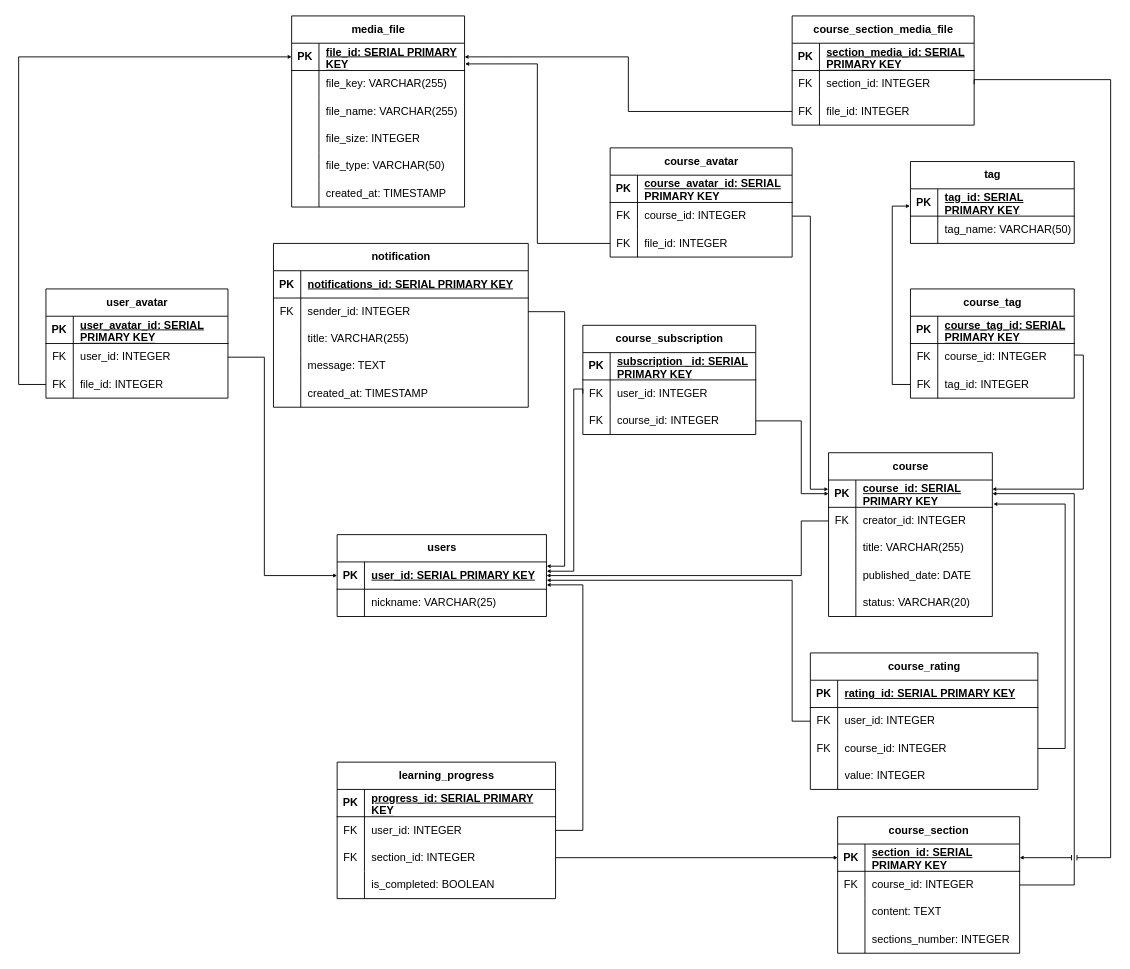
Above: diagrams/Физическая модель базы данных (Physical database model)/Физическая модель БД.drawio in sahland/9.5-Team (draw.io), before the change. Source tidied: cells renumbered, new cells numbered last; positions are measured from the earlier drawing's top-left corner, leaving out a move shared by most shapes. Both pictures are drawn from the tidied source at 91%, with x=0, y=0 at pixel (18, 15).
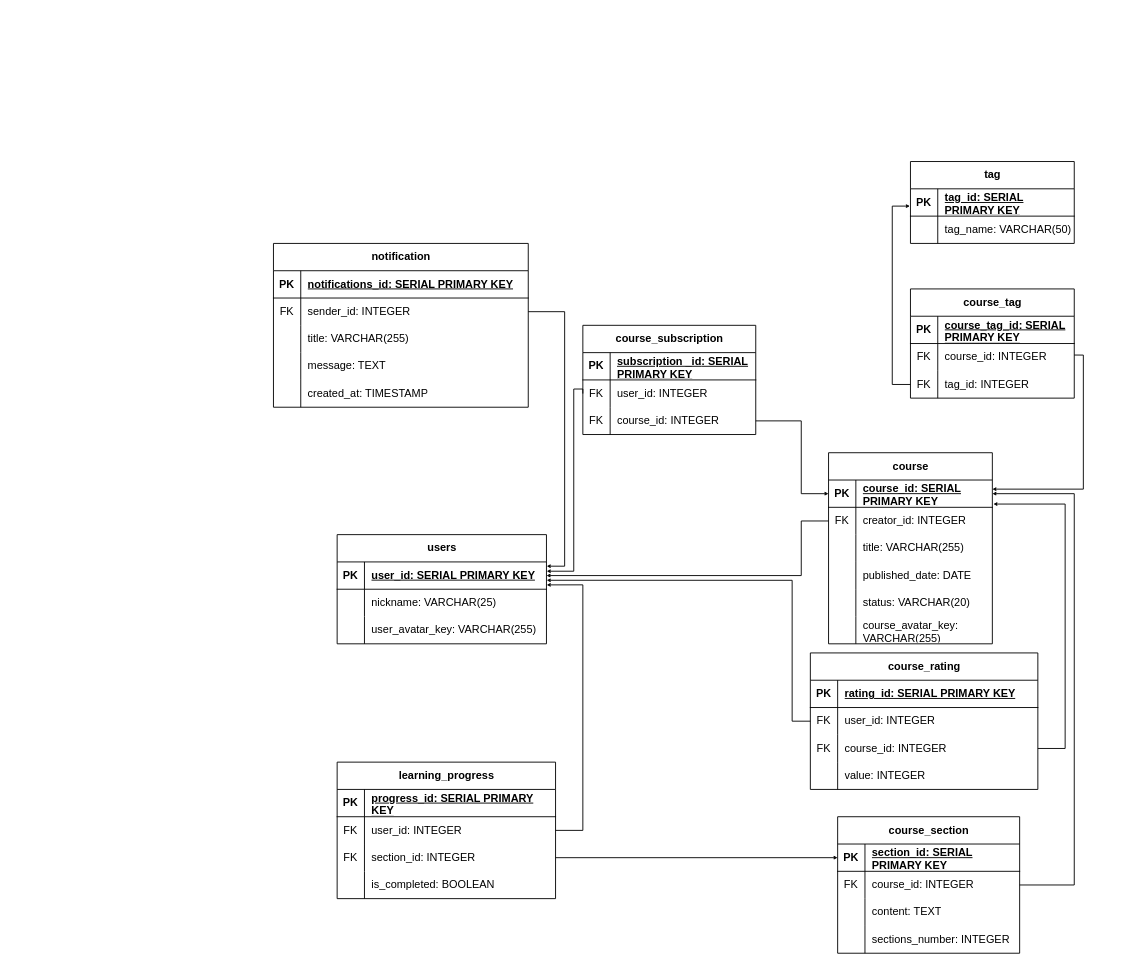
Above is the later version.

Unchanged cells that the change refers to:
```xml
<mxCell id="3" style="shape=tableRow;horizontal=0;startSize=0;swimlaneHead=0;swimlaneBody=0;fillColor=none;points=[[0,0.5],[1,0.5]];portConstraint=eastwest;top=0;left=0;right=0;bottom=1;" parent="2" vertex="1">
  <mxGeometry y="30" width="230" height="30" as="geometry" />
</mxCell>
<mxCell id="10" style="shape=tableRow;horizontal=0;startSize=0;swimlaneHead=0;swimlaneBody=0;fillColor=none;points=[[0,0.5],[1,0.5]];portConstraint=eastwest;top=0;left=0;right=0;bottom=1;" parent="9" vertex="1">
  <mxGeometry y="30" width="180" height="30" as="geometry" />
</mxCell>
<mxCell id="26" style="shape=tableRow;horizontal=0;startSize=0;swimlaneHead=0;swimlaneBody=0;fillColor=none;points=[[0,0.5],[1,0.5]];portConstraint=eastwest;top=0;left=0;right=0;bottom=1;" parent="25" vertex="1">
  <mxGeometry y="30" width="200" height="30" as="geometry" />
</mxCell>
```

Change to the diagram source:
```diff
@@
     <mxCell id="2" value="users" style="shape=table;startSize=30;childLayout=tableLayout;rowLines=0;fontStyle=1;align=center;html=1;" parent="1" vertex="1">
-      <mxGeometry x="350" y="570" width="230" height="90" as="geometry" />
+      <mxGeometry x="350" y="570" width="230" height="120" as="geometry" />
     </mxCell>
@@
+    <mxCell id="174" style="shape=tableRow;horizontal=0;startSize=0;swimlaneHead=0;swimlaneBody=0;fillColor=none;top=0;left=0;right=0;bottom=0;" parent="2" vertex="1">
+      <mxGeometry y="90" width="230" height="30" as="geometry" />
+    </mxCell>
+    <mxCell id="175" style="shape=partialRectangle;fillColor=none;top=0;left=0;bottom=0;right=0;overflow=hidden;whiteSpace=wrap;html=1;" parent="174" vertex="1">
+      <mxGeometry width="30" height="30" as="geometry" />
+    </mxCell>
+    <mxCell id="176" value="user_avatar_key: VARCHAR(255)" style="shape=partialRectangle;fillColor=none;top=0;left=0;bottom=0;right=0;align=left;spacingLeft=6;overflow=hidden;whiteSpace=wrap;html=1;" parent="174" vertex="1">
+      <mxGeometry x="30" width="200" height="30" as="geometry" />
+    </mxCell>
     <mxCell id="9" value="course" style="shape=table;startSize=30;childLayout=tableLayout;rowLines=0;fontStyle=1;align=center;html=1;" parent="1" vertex="1">
-      <mxGeometry x="890" y="480" width="180" height="180" as="geometry" />
+      <mxGeometry x="890" y="480" width="180" height="210" as="geometry" />
     </mxCell>
@@
+    <mxCell id="177" style="shape=tableRow;horizontal=0;startSize=0;swimlaneHead=0;swimlaneBody=0;fillColor=none;top=0;left=0;right=0;bottom=0;" parent="9" vertex="1">
+      <mxGeometry y="180" width="180" height="30" as="geometry" />
+    </mxCell>
+    <mxCell id="178" style="shape=partialRectangle;fillColor=none;top=0;left=0;bottom=0;right=0;overflow=hidden;whiteSpace=wrap;html=1;" parent="177" vertex="1">
+      <mxGeometry width="30" height="30" as="geometry" />
+    </mxCell>
+    <mxCell id="179" value="course_avatar_key: VARCHAR(255)" style="shape=partialRectangle;fillColor=none;top=0;left=0;bottom=0;right=0;align=left;spacingLeft=6;overflow=hidden;whiteSpace=wrap;html=1;" parent="177" vertex="1">
+      <mxGeometry x="30" width="150" height="30" as="geometry" />
+    </mxCell>
@@
-    <mxCell id="82" value="media_file" style="shape=table;startSize=30;childLayout=tableLayout;rowLines=0;fontStyle=1;align=center;html=1;" parent="1" vertex="1">
-      <mxGeometry x="300" width="190" height="210" as="geometry" />
-    </mxCell>
-    <mxCell id="83" style="shape=tableRow;horizontal=0;startSize=0;swimlaneHead=0;swimlaneBody=0;fillColor=none;points=[[0,0.5],[1,0.5]];portConstraint=eastwest;top=0;left=0;right=0;bottom=1;" parent="82" vertex="1">
-      <mxGeometry y="30" width="190" height="30" as="geometry" />
-    </mxCell>
-    <mxCell id="84" value="PK" style="shape=partialRectangle;fillColor=none;top=0;left=0;bottom=0;right=0;fontStyle=1;overflow=hidden;whiteSpace=wrap;html=1;" parent="83" vertex="1">
-      <mxGeometry width="30" height="30" as="geometry" />
-    </mxCell>
-    <mxCell id="85" value="&lt;div style=&quot;&quot;&gt;file_id:&amp;nbsp;&lt;span style=&quot;background-color: initial;&quot;&gt;SERIAL PRIMARY KEY&lt;/span&gt;&lt;/div&gt;" style="shape=partialRectangle;fillColor=none;top=0;left=0;bottom=0;right=0;align=left;spacingLeft=6;fontStyle=5;overflow=hidden;whiteSpace=wrap;html=1;" parent="83" vertex="1">
-      <mxGeometry x="30" width="160" height="30" as="geometry" />
-    </mxCell>
-    <mxCell id="86" style="shape=tableRow;horizontal=0;startSize=0;swimlaneHead=0;swimlaneBody=0;fillColor=none;top=0;left=0;right=0;bottom=0;" parent="82" vertex="1">
-      <mxGeometry y="60" width="190" height="30" as="geometry" />
-    </mxCell>
-    <mxCell id="87" style="shape=partialRectangle;fillColor=none;top=0;left=0;bottom=0;right=0;overflow=hidden;whiteSpace=wrap;html=1;" parent="86" vertex="1">
-      <mxGeometry width="30" height="30" as="geometry" />
-    </mxCell>
-    <mxCell id="88" value="file_key: VARCHAR(255)" style="shape=partialRectangle;fillColor=none;top=0;left=0;bottom=0;right=0;align=left;spacingLeft=6;overflow=hidden;whiteSpace=wrap;html=1;" parent="86" vertex="1">
-      <mxGeometry x="30" width="160" height="30" as="geometry" />
-    </mxCell>
-    <mxCell id="89" style="shape=tableRow;horizontal=0;startSize=0;swimlaneHead=0;swimlaneBody=0;fillColor=none;top=0;left=0;right=0;bottom=0;" parent="82" vertex="1">
-      <mxGeometry y="90" width="190" height="30" as="geometry" />
-    </mxCell>
-    <mxCell id="90" style="shape=partialRectangle;fillColor=none;top=0;left=0;bottom=0;right=0;overflow=hidden;whiteSpace=wrap;html=1;" parent="89" vertex="1">
-      <mxGeometry width="30" height="30" as="geometry" />
-    </mxCell>
-    <mxCell id="91" value="file_name: VARCHAR(255)" style="shape=partialRectangle;fillColor=none;top=0;left=0;bottom=0;right=0;align=left;spacingLeft=6;overflow=hidden;whiteSpace=wrap;html=1;" parent="89" vertex="1">
-      <mxGeometry x="30" width="160" height="30" as="geometry" />
-    </mxCell>
-    <mxCell id="92" style="shape=tableRow;horizontal=0;startSize=0;swimlaneHead=0;swimlaneBody=0;fillColor=none;top=0;left=0;right=0;bottom=0;" parent="82" vertex="1">
-      <mxGeometry y="120" width="190" height="30" as="geometry" />
-    </mxCell>
-    <mxCell id="93" style="shape=partialRectangle;fillColor=none;top=0;left=0;bottom=0;right=0;overflow=hidden;whiteSpace=wrap;html=1;" parent="92" vertex="1">
-      <mxGeometry width="30" height="30" as="geometry" />
-    </mxCell>
-    <mxCell id="94" value="file_size: INTEGER" style="shape=partialRectangle;fillColor=none;top=0;left=0;bottom=0;right=0;align=left;spacingLeft=6;overflow=hidden;whiteSpace=wrap;html=1;" parent="92" vertex="1">
-      <mxGeometry x="30" width="160" height="30" as="geometry" />
-    </mxCell>
-    <mxCell id="95" style="shape=tableRow;horizontal=0;startSize=0;swimlaneHead=0;swimlaneBody=0;fillColor=none;top=0;left=0;right=0;bottom=0;" parent="82" vertex="1">
-      <mxGeometry y="150" width="190" height="30" as="geometry" />
-    </mxCell>
-    <mxCell id="96" style="shape=partialRectangle;fillColor=none;top=0;left=0;bottom=0;right=0;overflow=hidden;whiteSpace=wrap;html=1;" parent="95" vertex="1">
-      <mxGeometry width="30" height="30" as="geometry" />
-    </mxCell>
-    <mxCell id="97" value="file_type: VARCHAR(50)" style="shape=partialRectangle;fillColor=none;top=0;left=0;bottom=0;right=0;align=left;spacingLeft=6;overflow=hidden;whiteSpace=wrap;html=1;" parent="95" vertex="1">
-      <mxGeometry x="30" width="160" height="30" as="geometry" />
-    </mxCell>
-    <mxCell id="98" style="shape=tableRow;horizontal=0;startSize=0;swimlaneHead=0;swimlaneBody=0;fillColor=none;top=0;left=0;right=0;bottom=0;" parent="82" vertex="1">
-      <mxGeometry y="180" width="190" height="30" as="geometry" />
-    </mxCell>
-    <mxCell id="99" style="shape=partialRectangle;fillColor=none;top=0;left=0;bottom=0;right=0;overflow=hidden;whiteSpace=wrap;html=1;" parent="98" vertex="1">
-      <mxGeometry width="30" height="30" as="geometry" />
-    </mxCell>
-    <mxCell id="100" value="created_at: TIMESTAMP" style="shape=partialRectangle;fillColor=none;top=0;left=0;bottom=0;right=0;align=left;spacingLeft=6;overflow=hidden;whiteSpace=wrap;html=1;" parent="98" vertex="1">
-      <mxGeometry x="30" width="160" height="30" as="geometry" />
-    </mxCell>
-    <mxCell id="101" value="сourse_section_media_file" style="shape=table;startSize=30;childLayout=tableLayout;rowLines=0;fontStyle=1;align=center;html=1;" parent="1" vertex="1">
-      <mxGeometry x="850" width="200" height="120" as="geometry" />
-    </mxCell>
-    <mxCell id="102" style="shape=tableRow;horizontal=0;startSize=0;swimlaneHead=0;swimlaneBody=0;fillColor=none;top=0;left=0;right=0;bottom=1;" parent="101" vertex="1">
-      <mxGeometry y="30" width="200" height="30" as="geometry" />
-    </mxCell>
-    <mxCell id="103" value="PK" style="shape=partialRectangle;fillColor=none;top=0;left=0;bottom=0;right=0;fontStyle=1;overflow=hidden;whiteSpace=wrap;html=1;" parent="102" vertex="1">
-      <mxGeometry width="30" height="30" as="geometry" />
-    </mxCell>
-    <mxCell id="104" value="&lt;div style=&quot;&quot;&gt;section_media_id&lt;span style=&quot;background-color: initial;&quot;&gt;:&amp;nbsp;SERIAL PRIMARY KEY&lt;/span&gt;&lt;br&gt;&lt;/div&gt;" style="shape=partialRectangle;fillColor=none;top=0;left=0;bottom=0;right=0;align=left;spacingLeft=6;fontStyle=5;overflow=hidden;whiteSpace=wrap;html=1;" parent="102" vertex="1">
-      <mxGeometry x="30" width="170" height="30" as="geometry" />
-    </mxCell>
-    <mxCell id="105" style="shape=tableRow;horizontal=0;startSize=0;swimlaneHead=0;swimlaneBody=0;fillColor=none;points=[[0,0.5],[1,0.5]];portConstraint=eastwest;top=0;left=0;right=0;bottom=0;" parent="101" vertex="1">
-      <mxGeometry y="60" width="200" height="30" as="geometry" />
-    </mxCell>
-    <mxCell id="106" value="FK" style="shape=partialRectangle;fillColor=none;top=0;left=0;bottom=0;right=0;overflow=hidden;whiteSpace=wrap;html=1;" parent="105" vertex="1">
-      <mxGeometry width="30" height="30" as="geometry" />
-    </mxCell>
-    <mxCell id="107" value="section_id: INTEGER" style="shape=partialRectangle;fillColor=none;top=0;left=0;bottom=0;right=0;align=left;spacingLeft=6;overflow=hidden;whiteSpace=wrap;html=1;" parent="105" vertex="1">
-      <mxGeometry x="30" width="170" height="30" as="geometry" />
-    </mxCell>
-    <mxCell id="108" style="shape=tableRow;horizontal=0;startSize=0;swimlaneHead=0;swimlaneBody=0;fillColor=none;points=[[0,0.5],[1,0.5]];portConstraint=eastwest;top=0;left=0;right=0;bottom=0;" parent="101" vertex="1">
-      <mxGeometry y="90" width="200" height="30" as="geometry" />
-    </mxCell>
-    <mxCell id="109" value="FK" style="shape=partialRectangle;fillColor=none;top=0;left=0;bottom=0;right=0;overflow=hidden;whiteSpace=wrap;html=1;" parent="108" vertex="1">
-      <mxGeometry width="30" height="30" as="geometry" />
-    </mxCell>
-    <mxCell id="110" value="file_id: INTEGER" style="shape=partialRectangle;fillColor=none;top=0;left=0;bottom=0;right=0;align=left;spacingLeft=6;overflow=hidden;whiteSpace=wrap;html=1;" parent="108" vertex="1">
-      <mxGeometry x="30" width="170" height="30" as="geometry" />
-    </mxCell>
-    <mxCell id="111" style="edgeStyle=orthogonalEdgeStyle;rounded=0;jettySize=auto;html=1;entryX=1;entryY=0.5;entryDx=0;entryDy=0;endSize=6;exitX=1;exitY=0.5;exitDx=0;exitDy=0;endArrow=none;endFill=0;startArrow=classic;startFill=1;strokeWidth=1;startSize=2;jumpStyle=line;" parent="1" edge="1" source="26" target="105">
-      <mxGeometry relative="1" as="geometry">
-        <Array as="points">
-          <mxPoint x="1200" y="925" />
-          <mxPoint x="1200" y="70" />
-          <mxPoint x="1050" y="70" />
-        </Array>
-      </mxGeometry>
-    </mxCell>
-    <mxCell id="112" style="edgeStyle=orthogonalEdgeStyle;rounded=0;jettySize=auto;html=1;entryX=1;entryY=0.5;entryDx=0;entryDy=0;endSize=2;exitX=0;exitY=0.5;exitDx=0;exitDy=0;" parent="1" edge="1" source="108" target="83">
-      <mxGeometry relative="1" as="geometry" />
-    </mxCell>
-    <mxCell id="113" style="edgeStyle=orthogonalEdgeStyle;rounded=0;jettySize=auto;html=1;entryX=0;entryY=0.5;entryDx=0;entryDy=0;endSize=6;startSize=2;startArrow=classic;startFill=1;endArrow=none;endFill=0;exitX=0;exitY=0.5;exitDx=0;exitDy=0;jumpStyle=none;" parent="1" edge="1" source="83">
-      <mxGeometry relative="1" as="geometry">
-        <Array as="points">
-          <mxPoint x="250" y="45" />
-          <mxPoint x="250" y="645" />
-        </Array>
-      </mxGeometry>
-    </mxCell>
@@
-    <mxCell id="150" value="course_avatar" style="shape=table;startSize=30;childLayout=tableLayout;rowLines=0;fontStyle=1;align=center;html=1;" parent="1" vertex="1">
-      <mxGeometry x="650" y="145" width="200" height="120" as="geometry" />
-    </mxCell>
-    <mxCell id="151" style="shape=tableRow;horizontal=0;startSize=0;swimlaneHead=0;swimlaneBody=0;fillColor=none;top=0;left=0;right=0;bottom=1;" parent="150" vertex="1">
-      <mxGeometry y="30" width="200" height="30" as="geometry" />
-    </mxCell>
-    <mxCell id="152" value="PK" style="shape=partialRectangle;fillColor=none;top=0;left=0;bottom=0;right=0;fontStyle=1;overflow=hidden;whiteSpace=wrap;html=1;" parent="151" vertex="1">
-      <mxGeometry width="30" height="30" as="geometry" />
-    </mxCell>
-    <mxCell id="153" value="&lt;div style=&quot;&quot;&gt;&lt;span style=&quot;text-align: center; text-wrap: nowrap; background-color: initial;&quot;&gt;course_avatar&lt;/span&gt;&lt;span style=&quot;background-color: initial;&quot;&gt;_id:&lt;/span&gt;&lt;span style=&quot;background-color: initial;&quot;&gt;&amp;nbsp;SERIAL PRIMARY KEY&lt;/span&gt;&lt;br&gt;&lt;/div&gt;" style="shape=partialRectangle;fillColor=none;top=0;left=0;bottom=0;right=0;align=left;spacingLeft=6;fontStyle=5;overflow=hidden;whiteSpace=wrap;html=1;" parent="151" vertex="1">
-      <mxGeometry x="30" width="170" height="30" as="geometry" />
-    </mxCell>
-    <mxCell id="154" style="shape=tableRow;horizontal=0;startSize=0;swimlaneHead=0;swimlaneBody=0;fillColor=none;points=[[0,0.5],[1,0.5]];portConstraint=eastwest;top=0;left=0;right=0;bottom=0;" parent="150" vertex="1">
-      <mxGeometry y="60" width="200" height="30" as="geometry" />
-    </mxCell>
-    <mxCell id="155" value="FK" style="shape=partialRectangle;fillColor=none;top=0;left=0;bottom=0;right=0;overflow=hidden;whiteSpace=wrap;html=1;" parent="154" vertex="1">
-      <mxGeometry width="30" height="30" as="geometry" />
-    </mxCell>
-    <mxCell id="156" value="course_id: INTEGER" style="shape=partialRectangle;fillColor=none;top=0;left=0;bottom=0;right=0;align=left;spacingLeft=6;overflow=hidden;whiteSpace=wrap;html=1;" parent="154" vertex="1">
-      <mxGeometry x="30" width="170" height="30" as="geometry" />
-    </mxCell>
-    <mxCell id="157" style="shape=tableRow;horizontal=0;startSize=0;swimlaneHead=0;swimlaneBody=0;fillColor=none;points=[[0,0.5],[1,0.5]];portConstraint=eastwest;top=0;left=0;right=0;bottom=0;" parent="150" vertex="1">
-      <mxGeometry y="90" width="200" height="30" as="geometry" />
-    </mxCell>
-    <mxCell id="158" value="FK" style="shape=partialRectangle;fillColor=none;top=0;left=0;bottom=0;right=0;overflow=hidden;whiteSpace=wrap;html=1;" parent="157" vertex="1">
-      <mxGeometry width="30" height="30" as="geometry" />
-    </mxCell>
-    <mxCell id="159" value="file_id: INTEGER" style="shape=partialRectangle;fillColor=none;top=0;left=0;bottom=0;right=0;align=left;spacingLeft=6;overflow=hidden;whiteSpace=wrap;html=1;" parent="157" vertex="1">
-      <mxGeometry x="30" width="170" height="30" as="geometry" />
-    </mxCell>
-    <mxCell id="160" style="edgeStyle=orthogonalEdgeStyle;rounded=0;jettySize=auto;html=1;entryX=1.003;entryY=0.758;entryDx=0;entryDy=0;entryPerimeter=0;endSize=2;" parent="1" edge="1" source="157" target="83">
-      <mxGeometry relative="1" as="geometry" />
-    </mxCell>
-    <mxCell id="161" style="edgeStyle=orthogonalEdgeStyle;rounded=0;jettySize=auto;html=1;entryX=-0.001;entryY=0.338;entryDx=0;entryDy=0;entryPerimeter=0;endSize=2;" parent="1" edge="1" source="154" target="10">
-      <mxGeometry relative="1" as="geometry" />
-    </mxCell>
-    <mxCell id="162" value="user_avatar" style="shape=table;startSize=30;childLayout=tableLayout;rowLines=0;fontStyle=1;align=center;html=1;" parent="1" vertex="1">
-      <mxGeometry x="30" y="300" width="200" height="120" as="geometry" />
-    </mxCell>
-    <mxCell id="163" style="shape=tableRow;horizontal=0;startSize=0;swimlaneHead=0;swimlaneBody=0;fillColor=none;top=0;left=0;right=0;bottom=1;" parent="162" vertex="1">
-      <mxGeometry y="30" width="200" height="30" as="geometry" />
-    </mxCell>
-    <mxCell id="164" value="PK" style="shape=partialRectangle;fillColor=none;top=0;left=0;bottom=0;right=0;fontStyle=1;overflow=hidden;whiteSpace=wrap;html=1;" parent="163" vertex="1">
-      <mxGeometry width="30" height="30" as="geometry" />
-    </mxCell>
-    <mxCell id="165" value="&lt;div style=&quot;&quot;&gt;&lt;span style=&quot;text-align: center; text-wrap: nowrap; background-color: initial;&quot;&gt;user_avatar&lt;/span&gt;&lt;span style=&quot;background-color: initial;&quot;&gt;_id:&lt;/span&gt;&lt;span style=&quot;background-color: initial;&quot;&gt;&amp;nbsp;SERIAL PRIMARY KEY&lt;/span&gt;&lt;br&gt;&lt;/div&gt;" style="shape=partialRectangle;fillColor=none;top=0;left=0;bottom=0;right=0;align=left;spacingLeft=6;fontStyle=5;overflow=hidden;whiteSpace=wrap;html=1;" parent="163" vertex="1">
-      <mxGeometry x="30" width="170" height="30" as="geometry" />
-    </mxCell>
-    <mxCell id="166" style="shape=tableRow;horizontal=0;startSize=0;swimlaneHead=0;swimlaneBody=0;fillColor=none;points=[[0,0.5],[1,0.5]];portConstraint=eastwest;top=0;left=0;right=0;bottom=0;" parent="162" vertex="1">
-      <mxGeometry y="60" width="200" height="30" as="geometry" />
-    </mxCell>
-    <mxCell id="167" value="FK" style="shape=partialRectangle;fillColor=none;top=0;left=0;bottom=0;right=0;overflow=hidden;whiteSpace=wrap;html=1;" parent="166" vertex="1">
-      <mxGeometry width="30" height="30" as="geometry" />
-    </mxCell>
-    <mxCell id="168" value="user_id: INTEGER" style="shape=partialRectangle;fillColor=none;top=0;left=0;bottom=0;right=0;align=left;spacingLeft=6;overflow=hidden;whiteSpace=wrap;html=1;" parent="166" vertex="1">
-      <mxGeometry x="30" width="170" height="30" as="geometry" />
-    </mxCell>
-    <mxCell id="169" style="shape=tableRow;horizontal=0;startSize=0;swimlaneHead=0;swimlaneBody=0;fillColor=none;points=[[0,0.5],[1,0.5]];portConstraint=eastwest;top=0;left=0;right=0;bottom=0;" parent="162" vertex="1">
-      <mxGeometry y="90" width="200" height="30" as="geometry" />
-    </mxCell>
-    <mxCell id="170" value="FK" style="shape=partialRectangle;fillColor=none;top=0;left=0;bottom=0;right=0;overflow=hidden;whiteSpace=wrap;html=1;" parent="169" vertex="1">
-      <mxGeometry width="30" height="30" as="geometry" />
-    </mxCell>
-    <mxCell id="171" value="file_id: INTEGER" style="shape=partialRectangle;fillColor=none;top=0;left=0;bottom=0;right=0;align=left;spacingLeft=6;overflow=hidden;whiteSpace=wrap;html=1;" parent="169" vertex="1">
-      <mxGeometry x="30" width="170" height="30" as="geometry" />
-    </mxCell>
-    <mxCell id="172" style="edgeStyle=orthogonalEdgeStyle;rounded=0;jettySize=auto;html=1;entryX=0;entryY=0.5;entryDx=0;entryDy=0;endSize=2;" parent="1" edge="1" source="169" target="83">
-      <mxGeometry relative="1" as="geometry">
-        <Array as="points">
-          <mxPoint y="405" />
-          <mxPoint y="45" />
-        </Array>
-      </mxGeometry>
-    </mxCell>
-    <mxCell id="173" style="edgeStyle=orthogonalEdgeStyle;rounded=0;jettySize=auto;html=1;entryX=0;entryY=0.5;entryDx=0;entryDy=0;endSize=2;" parent="1" edge="1" source="166" target="3">
-      <mxGeometry relative="1" as="geometry">
-        <Array as="points">
-          <mxPoint x="270" y="375" />
-          <mxPoint x="270" y="615" />
-        </Array>
-      </mxGeometry>
-    </mxCell>
```
